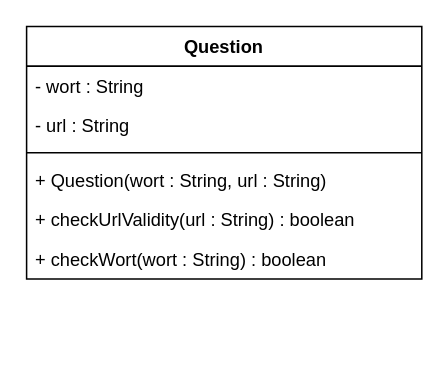
Before: Worttrainer.drawio in TGM-HIT/sew9-2425-worttrainer-ahujaankush, a draw.io diagram. Source tidied: cells renumbered, new cells numbered last; positions are measured from the earlier drawing's top-left corner, leaving out a move shared by most shapes. Both pictures are drawn from the tidied source at 152%, with x=0, y=0 at pixel (26, 26).
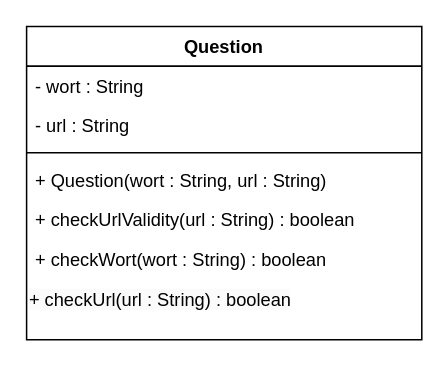
The same page after the edit.

Commit message (it also covers changes not shown here):
Update UML, add Url check method

What changed in the source:
```diff
@@
 <mxGraphModel>
   <root>
     <mxCell id="0" />
     <mxCell id="1" parent="0" />
     <mxCell id="2" value="Question" style="swimlane;fontStyle=1;align=center;verticalAlign=top;horizontal=1;startSize=26;whiteSpace=wrap;html=1;" parent="1" vertex="1">
-      <mxGeometry width="260" height="166" as="geometry" />
+      <mxGeometry width="260" height="206" as="geometry" />
     </mxCell>
     <mxCell id="3" value="- wort : String" style="text;strokeColor=none;fillColor=none;align=left;verticalAlign=top;spacingLeft=4;spacingRight=4;overflow=hidden;whiteSpace=wrap;html=1;" parent="2" vertex="1">
       <mxGeometry y="26" width="260" height="26" as="geometry" />
     </mxCell>
     <mxCell id="4" value="- url : String" style="text;strokeColor=none;fillColor=none;align=left;verticalAlign=top;spacingLeft=4;spacingRight=4;overflow=hidden;whiteSpace=wrap;html=1;" parent="2" vertex="1">
       <mxGeometry y="52" width="260" height="26" as="geometry" />
     </mxCell>
     <mxCell id="5" style="line;strokeWidth=1;fillColor=none;align=left;verticalAlign=middle;spacingTop=-1;spacingLeft=3;spacingRight=3;labelPosition=right;strokeColor=inherit;" parent="2" vertex="1">
       <mxGeometry y="78" width="260" height="10" as="geometry" />
     </mxCell>
     <mxCell id="6" value="+ Question(wort : String, url : String)" style="text;strokeColor=none;fillColor=none;align=left;verticalAlign=top;spacingLeft=4;spacingRight=4;overflow=hidden;whiteSpace=wrap;html=1;" parent="2" vertex="1">
       <mxGeometry y="88" width="260" height="26" as="geometry" />
     </mxCell>
     <mxCell id="7" value="+ checkUrlValidity(url : String) : boolean" style="text;strokeColor=none;fillColor=none;align=left;verticalAlign=top;spacingLeft=4;spacingRight=4;overflow=hidden;whiteSpace=wrap;html=1;" parent="2" vertex="1">
       <mxGeometry y="114" width="260" height="26" as="geometry" />
     </mxCell>
     <mxCell id="8" value="+ checkWort(wort : String) : boolean" style="text;strokeColor=none;fillColor=none;align=left;verticalAlign=top;spacingLeft=4;spacingRight=4;overflow=hidden;whiteSpace=wrap;html=1;" parent="2" vertex="1">
       <mxGeometry y="140" width="260" height="26" as="geometry" />
     </mxCell>
+    <mxCell id="9" value="&lt;span style=&quot;color: rgb(0, 0, 0); font-family: Helvetica; font-size: 12px; font-style: normal; font-variant-ligatures: normal; font-variant-caps: normal; font-weight: 400; letter-spacing: normal; orphans: 2; text-align: left; text-indent: 0px; text-transform: none; widows: 2; word-spacing: 0px; -webkit-text-stroke-width: 0px; white-space: normal; background-color: rgb(251, 251, 251); text-decoration-thickness: initial; text-decoration-style: initial; text-decoration-color: initial; display: inline !important; float: none;&quot;&gt;+ checkUrl(url : String) : boolean&lt;/span&gt;" style="text;whiteSpace=wrap;html=1;" parent="2" vertex="1">
+      <mxGeometry y="166" width="260" height="40" as="geometry" />
+    </mxCell>
   </root>
 </mxGraphModel>
```
